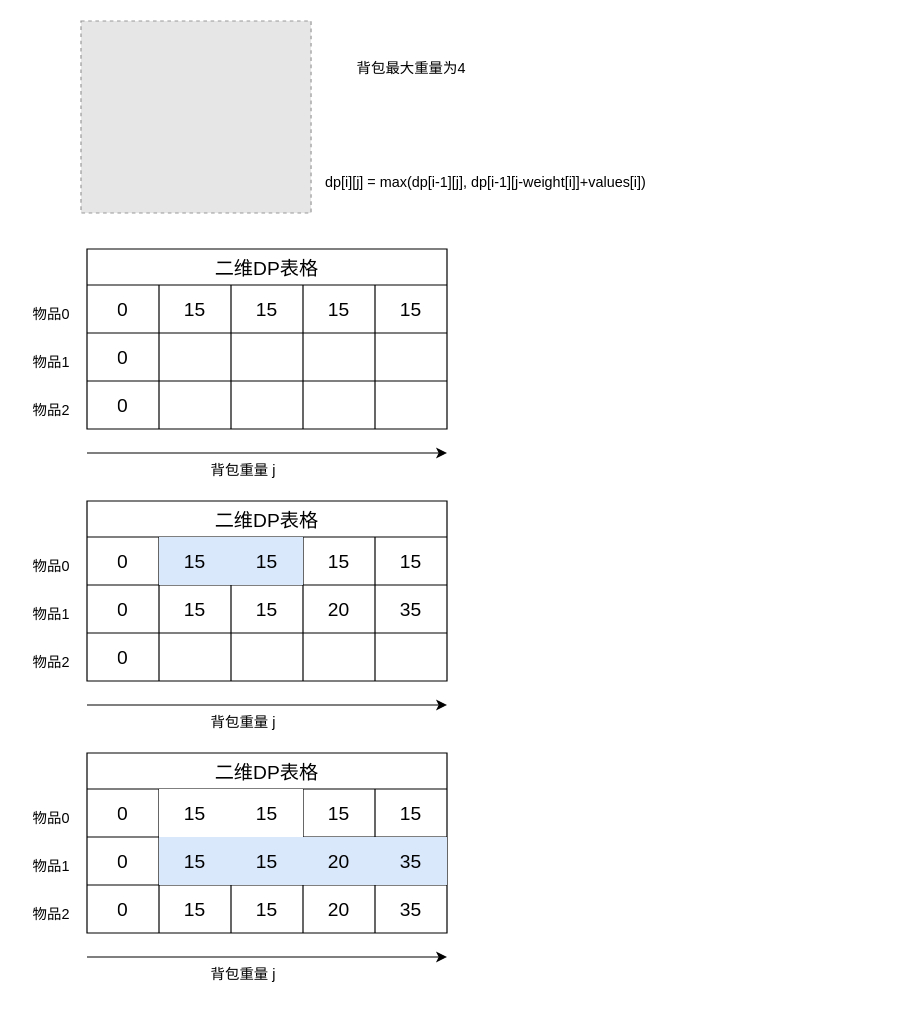
Earlier version of the draw.io diagram 01背包.drawio (poetlife/diagrams). Source tidied: cells renumbered, new cells numbered last; positions are measured from the earlier drawing's top-left corner, leaving out a move shared by most shapes. Both pictures are drawn from the tidied source at 120%, with x=0, y=0 at pixel (20, 20). Pictures stored in the file or linked from it are replaced by grey dashed boxes.
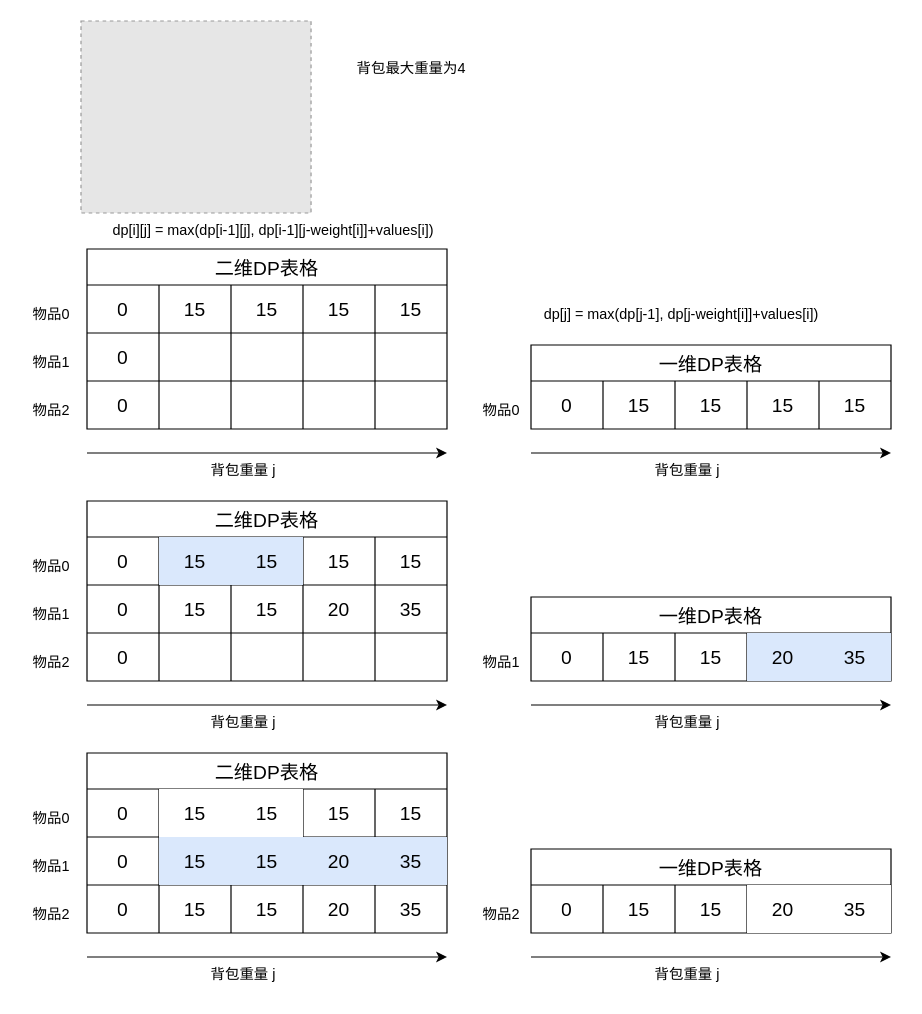
The same diagram, later.

Diff of the diagram source:
```diff
@@
     <mxCell id="52" value="dp[i][j] = max(dp[i-1][j], dp[i-1][j-weight[i]]+values[i])" style="text;html=1;align=center;verticalAlign=middle;strokeColor=none;fillColor=none;" parent="1" vertex="1">
-      <mxGeometry x="241.7" y="120" width="290" height="30" as="geometry" />
+      <mxGeometry x="65" y="160" width="290" height="30" as="geometry" />
     </mxCell>
@@
+    <mxCell id="77" value="一维DP表格" style="shape=table;startSize=30;childLayout=tableLayout;strokeColor=default;fontSize=16;" parent="1" vertex="1">
+      <mxGeometry x="425" y="270" width="300" height="70" as="geometry" />
+    </mxCell>
+    <mxCell id="78" style="shape=tableRow;horizontal=0;startSize=0;swimlaneHead=0;swimlaneBody=0;strokeColor=inherit;top=0;left=0;bottom=0;right=0;fillColor=none;fontSize=16;" parent="77" vertex="1">
+      <mxGeometry y="30" width="300" height="40" as="geometry" />
+    </mxCell>
+    <mxCell id="79" value="0" style="shape=partialRectangle;html=1;whiteSpace=wrap;strokeColor=inherit;overflow=hidden;fillColor=none;top=0;left=0;bottom=0;right=0;fontSize=16;" parent="78" vertex="1">
+      <mxGeometry width="60" height="40" as="geometry" />
+    </mxCell>
+    <mxCell id="80" value="15" style="shape=partialRectangle;html=1;whiteSpace=wrap;strokeColor=inherit;overflow=hidden;fillColor=none;top=0;left=0;bottom=0;right=0;fontSize=16;" parent="78" vertex="1">
+      <mxGeometry x="60" width="60" height="40" as="geometry" />
+    </mxCell>
+    <mxCell id="81" value="15" style="shape=partialRectangle;html=1;whiteSpace=wrap;strokeColor=inherit;overflow=hidden;fillColor=none;top=0;left=0;bottom=0;right=0;fontSize=16;" parent="78" vertex="1">
+      <mxGeometry x="120" width="60" height="40" as="geometry" />
+    </mxCell>
+    <mxCell id="82" value="15" style="shape=partialRectangle;html=1;whiteSpace=wrap;strokeColor=inherit;overflow=hidden;fillColor=none;top=0;left=0;bottom=0;right=0;fontSize=16;" parent="78" vertex="1">
+      <mxGeometry x="180" width="60" height="40" as="geometry" />
+    </mxCell>
+    <mxCell id="83" value="15" style="shape=partialRectangle;html=1;whiteSpace=wrap;strokeColor=inherit;overflow=hidden;fillColor=none;top=0;left=0;bottom=0;right=0;fontSize=16;" parent="78" vertex="1">
+      <mxGeometry x="240" width="60" height="40" as="geometry" />
+    </mxCell>
+    <mxCell id="84" style="endArrow=classic;html=1;rounded=0;" parent="1" edge="1">
+      <mxGeometry relative="1" as="geometry">
+        <mxPoint x="425" y="360" as="sourcePoint" />
+        <mxPoint x="725" y="360" as="targetPoint" />
+      </mxGeometry>
+    </mxCell>
+    <mxCell id="85" value="背包重量 j" style="text;html=1;align=center;verticalAlign=middle;strokeColor=none;fillColor=none;" parent="1" vertex="1">
+      <mxGeometry x="515" y="360" width="80" height="30" as="geometry" />
+    </mxCell>
+    <mxCell id="86" value="物品0" style="text;html=1;align=center;verticalAlign=middle;strokeColor=none;fillColor=none;" parent="1" vertex="1">
+      <mxGeometry x="375" y="310" width="50" height="30" as="geometry" />
+    </mxCell>
+    <mxCell id="87" value="dp[j] = max(dp[j-1], dp[j-weight[i]]+values[i])" style="text;html=1;align=center;verticalAlign=middle;strokeColor=none;fillColor=none;" parent="1" vertex="1">
+      <mxGeometry x="425" y="230" width="250" height="30" as="geometry" />
+    </mxCell>
+    <mxCell id="88" value="一维DP表格" style="shape=table;startSize=30;childLayout=tableLayout;strokeColor=default;fontSize=16;" parent="1" vertex="1">
+      <mxGeometry x="425" y="480" width="300" height="70" as="geometry" />
+    </mxCell>
+    <mxCell id="89" style="shape=tableRow;horizontal=0;startSize=0;swimlaneHead=0;swimlaneBody=0;strokeColor=inherit;top=0;left=0;bottom=0;right=0;fillColor=none;fontSize=16;" parent="88" vertex="1">
+      <mxGeometry y="30" width="300" height="40" as="geometry" />
+    </mxCell>
+    <mxCell id="90" value="0" style="shape=partialRectangle;html=1;whiteSpace=wrap;strokeColor=inherit;overflow=hidden;fillColor=none;top=0;left=0;bottom=0;right=0;fontSize=16;" parent="89" vertex="1">
+      <mxGeometry width="60" height="40" as="geometry" />
+    </mxCell>
+    <mxCell id="91" value="15" style="shape=partialRectangle;html=1;whiteSpace=wrap;strokeColor=inherit;overflow=hidden;fillColor=none;top=0;left=0;bottom=0;right=0;fontSize=16;" parent="89" vertex="1">
+      <mxGeometry x="60" width="60" height="40" as="geometry" />
+    </mxCell>
+    <mxCell id="92" value="15" style="shape=partialRectangle;html=1;whiteSpace=wrap;strokeColor=inherit;overflow=hidden;fillColor=none;top=0;left=0;bottom=0;right=0;fontSize=16;" parent="89" vertex="1">
+      <mxGeometry x="120" width="60" height="40" as="geometry" />
+    </mxCell>
+    <mxCell id="93" value="20" style="shape=partialRectangle;html=1;whiteSpace=wrap;strokeColor=#6c8ebf;overflow=hidden;fillColor=#dae8fc;top=0;left=0;bottom=0;right=0;fontSize=16;" parent="89" vertex="1">
+      <mxGeometry x="180" width="60" height="40" as="geometry" />
+    </mxCell>
+    <mxCell id="94" value="35" style="shape=partialRectangle;html=1;whiteSpace=wrap;strokeColor=#6c8ebf;overflow=hidden;fillColor=#dae8fc;top=0;left=0;bottom=0;right=0;fontSize=16;" parent="89" vertex="1">
+      <mxGeometry x="240" width="60" height="40" as="geometry" />
+    </mxCell>
+    <mxCell id="95" style="endArrow=classic;html=1;rounded=0;" parent="1" edge="1">
+      <mxGeometry relative="1" as="geometry">
+        <mxPoint x="425" y="570" as="sourcePoint" />
+        <mxPoint x="725" y="570" as="targetPoint" />
+      </mxGeometry>
+    </mxCell>
+    <mxCell id="96" value="背包重量 j" style="text;html=1;align=center;verticalAlign=middle;strokeColor=none;fillColor=none;" parent="1" vertex="1">
+      <mxGeometry x="515" y="570" width="80" height="30" as="geometry" />
+    </mxCell>
+    <mxCell id="97" value="物品1" style="text;html=1;align=center;verticalAlign=middle;strokeColor=none;fillColor=none;" parent="1" vertex="1">
+      <mxGeometry x="375" y="520" width="50" height="30" as="geometry" />
+    </mxCell>
+    <mxCell id="98" value="一维DP表格" style="shape=table;startSize=30;childLayout=tableLayout;strokeColor=default;fontSize=16;" parent="1" vertex="1">
+      <mxGeometry x="425" y="690" width="300" height="70" as="geometry" />
+    </mxCell>
+    <mxCell id="99" style="shape=tableRow;horizontal=0;startSize=0;swimlaneHead=0;swimlaneBody=0;strokeColor=inherit;top=0;left=0;bottom=0;right=0;fillColor=none;fontSize=16;" parent="98" vertex="1">
+      <mxGeometry y="30" width="300" height="40" as="geometry" />
+    </mxCell>
+    <mxCell id="100" value="0" style="shape=partialRectangle;html=1;whiteSpace=wrap;strokeColor=inherit;overflow=hidden;fillColor=none;top=0;left=0;bottom=0;right=0;fontSize=16;" parent="99" vertex="1">
+      <mxGeometry width="60" height="40" as="geometry" />
+    </mxCell>
+    <mxCell id="101" value="15" style="shape=partialRectangle;html=1;whiteSpace=wrap;strokeColor=inherit;overflow=hidden;fillColor=none;top=0;left=0;bottom=0;right=0;fontSize=16;" parent="99" vertex="1">
+      <mxGeometry x="60" width="60" height="40" as="geometry" />
+    </mxCell>
+    <mxCell id="102" value="15" style="shape=partialRectangle;html=1;whiteSpace=wrap;strokeColor=inherit;overflow=hidden;fillColor=none;top=0;left=0;bottom=0;right=0;fontSize=16;" parent="99" vertex="1">
+      <mxGeometry x="120" width="60" height="40" as="geometry" />
+    </mxCell>
+    <mxCell id="103" value="20" style="shape=partialRectangle;html=1;whiteSpace=wrap;overflow=hidden;top=0;left=0;bottom=0;right=0;fontSize=16;" parent="99" vertex="1">
+      <mxGeometry x="180" width="60" height="40" as="geometry" />
+    </mxCell>
+    <mxCell id="104" value="35" style="shape=partialRectangle;html=1;whiteSpace=wrap;overflow=hidden;top=0;left=0;bottom=0;right=0;fontSize=16;" parent="99" vertex="1">
+      <mxGeometry x="240" width="60" height="40" as="geometry" />
+    </mxCell>
+    <mxCell id="105" style="endArrow=classic;html=1;rounded=0;" parent="1" edge="1">
+      <mxGeometry relative="1" as="geometry">
+        <mxPoint x="425" y="780" as="sourcePoint" />
+        <mxPoint x="725" y="780" as="targetPoint" />
+      </mxGeometry>
+    </mxCell>
+    <mxCell id="106" value="背包重量 j" style="text;html=1;align=center;verticalAlign=middle;strokeColor=none;fillColor=none;" parent="1" vertex="1">
+      <mxGeometry x="515" y="780" width="80" height="30" as="geometry" />
+    </mxCell>
+    <mxCell id="107" value="物品2" style="text;html=1;align=center;verticalAlign=middle;strokeColor=none;fillColor=none;" parent="1" vertex="1">
+      <mxGeometry x="375" y="730" width="50" height="30" as="geometry" />
+    </mxCell>
```
